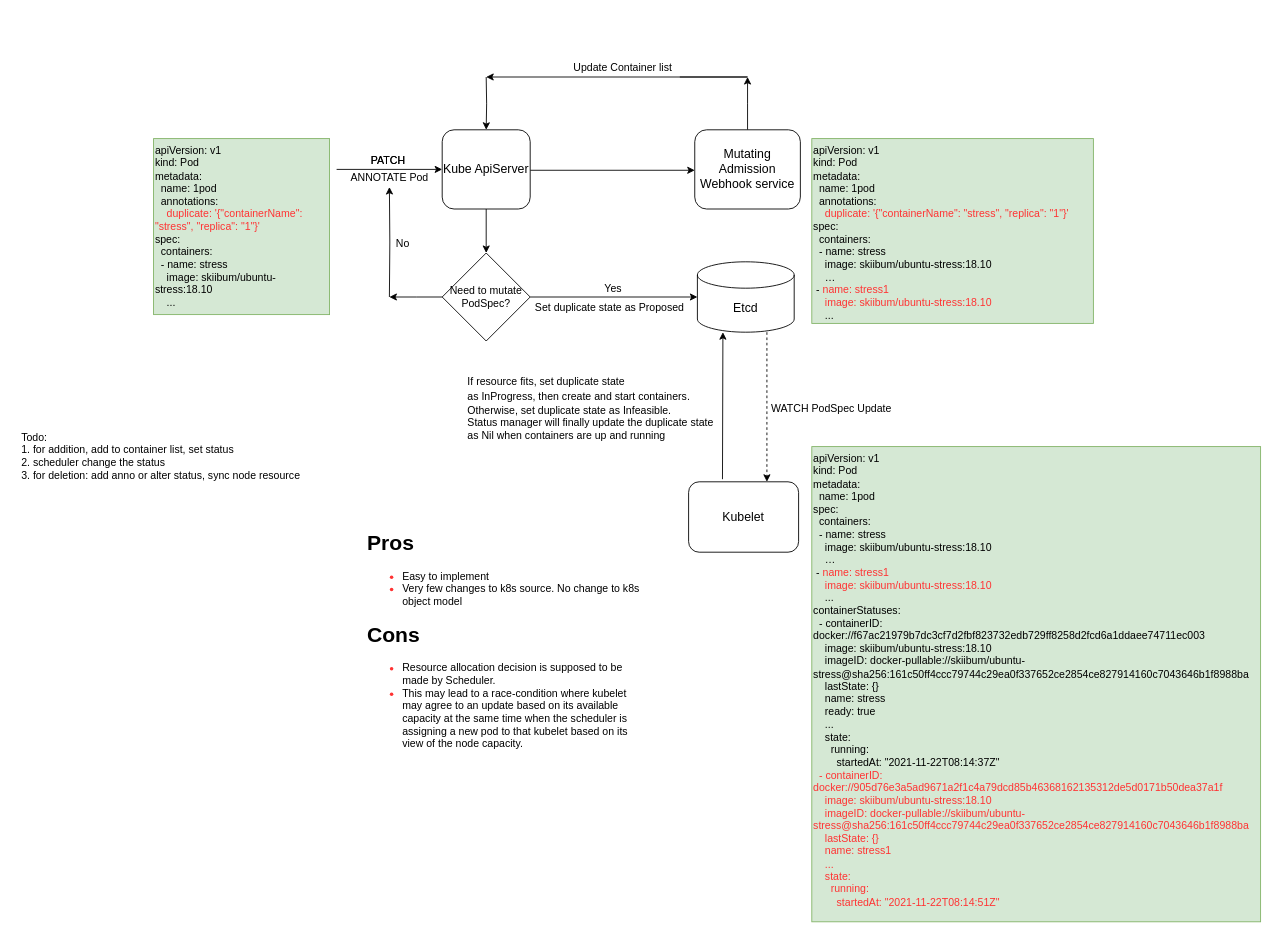
The draw.io diagram page "webhook" (1 of 4) of Untitled Diagram.drawio in ichbinblau/OTC_Work_Log, before the edit. Source tidied: cells renumbered, new cells numbered last; positions are measured from the earlier drawing's top-left corner, leaving out a move shared by most shapes. Both pictures are drawn from the tidied source at 88%, with x=0, y=0 at pixel (15, 59).
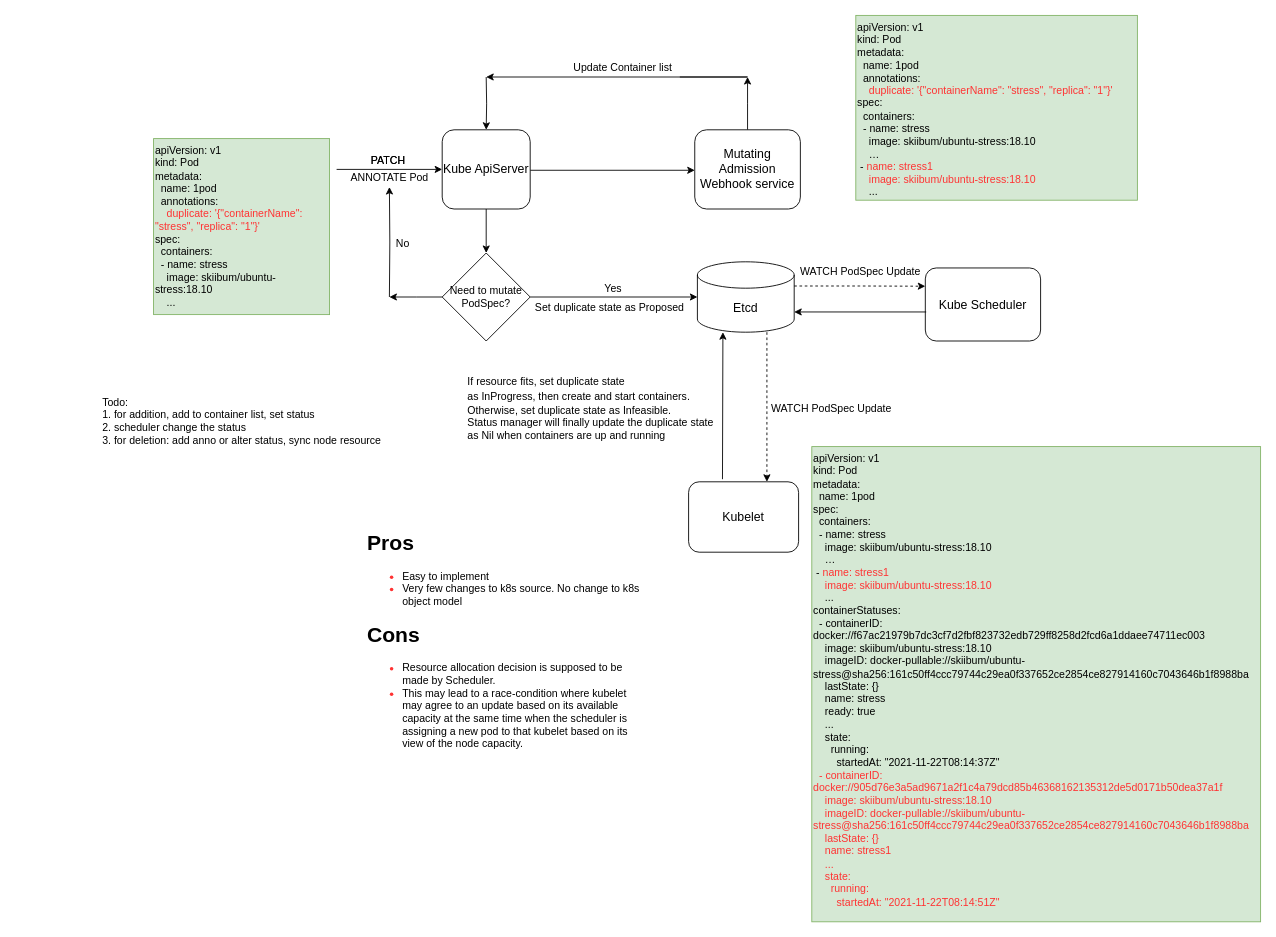
The same diagram, later.

The change refers to these unchanged cells:
```xml
<mxCell id="15" value="Etcd" style="shape=cylinder3;whiteSpace=wrap;html=1;boundedLbl=1;backgroundOutline=1;size=15;fontFamily=Helvetica;fontSize=14;" parent="1" vertex="1">
  <mxGeometry x="775" y="230" width="110" height="80" as="geometry" />
</mxCell>
```

Change to the diagram source:
```diff
@@
     <mxCell id="28" value="apiVersion: v1&lt;br&gt;kind: Pod&lt;br&gt;metadata:&lt;br&gt;&amp;nbsp; name: 1pod&lt;br&gt;&amp;nbsp; annotations:&lt;br&gt;&lt;font color=&quot;#ff3333&quot;&gt;&amp;nbsp; &amp;nbsp; duplicate: '{&quot;containerName&quot;: &quot;stress&quot;, &quot;replica&quot;: &quot;1&quot;}'&lt;br&gt;&lt;/font&gt;spec:&lt;br&gt;&amp;nbsp; containers:&lt;br&gt;&amp;nbsp; - name: stress&lt;br&gt;&amp;nbsp; &amp;nbsp; image: skiibum/ubuntu-stress:18.10&lt;br&gt;&amp;nbsp; &amp;nbsp; …&lt;br&gt;&amp;nbsp;- &lt;font color=&quot;#ff3333&quot;&gt;name: stress1&lt;br&gt;&amp;nbsp; &amp;nbsp; image: skiibum/ubuntu-stress:18.10&lt;/font&gt;&lt;br&gt;&amp;nbsp; &amp;nbsp; ..." style="text;whiteSpace=wrap;html=1;fontSize=12;fontFamily=Helvetica;fillColor=#d5e8d4;strokeColor=#82b366;" parent="1" vertex="1">
-      <mxGeometry x="905" y="90" width="320" height="210" as="geometry" />
+      <mxGeometry x="955" y="-50" width="320" height="210" as="geometry" />
     </mxCell>
@@
     <mxCell id="31" value="&lt;div style=&quot;text-align: left&quot;&gt;&lt;span&gt;Todo:&amp;nbsp;&lt;/span&gt;&lt;/div&gt;&lt;div style=&quot;text-align: left&quot;&gt;&lt;span&gt;1. for addition, add to container list, set status&lt;/span&gt;&lt;/div&gt;&lt;div style=&quot;text-align: left&quot;&gt;&lt;span&gt;2. scheduler change the status&lt;/span&gt;&lt;/div&gt;&lt;div style=&quot;text-align: left&quot;&gt;&lt;span&gt;3. for deletion: add anno or alter status, sync node resource&lt;/span&gt;&lt;/div&gt;" style="text;html=1;align=center;verticalAlign=middle;fillColor=none;strokeColor=none;rounded=0;fontFamily=Helvetica;fontSize=12;fontColor=#000000;" parent="1" vertex="1">
-      <mxGeometry y="421" width="330" height="60" as="geometry" />
+      <mxGeometry x="92" y="381" width="330" height="60" as="geometry" />
     </mxCell>
+    <mxCell id="32" value="&lt;font style=&quot;font-size: 14px&quot;&gt;Kube Scheduler&lt;/font&gt;" style="rounded=1;whiteSpace=wrap;html=1;fontFamily=Helvetica;fontSize=12;" parent="1" vertex="1">
+      <mxGeometry x="1034" y="237" width="131" height="83" as="geometry" />
+    </mxCell>
+    <mxCell id="33" style="edgeStyle=orthogonalEdgeStyle;rounded=0;jettySize=auto;html=1;fontFamily=Helvetica;fontSize=14;dashed=1;exitX=1;exitY=0;exitDx=0;exitDy=27.5;exitPerimeter=0;entryX=0;entryY=0.25;entryDx=0;entryDy=0;" parent="1" edge="1" source="15" target="32">
+      <mxGeometry relative="1" as="geometry" />
+    </mxCell>
+    <mxCell id="34" style="endArrow=classic;html=1;rounded=0;fontFamily=Helvetica;fontSize=12;entryX=1;entryY=1;entryDx=0;entryDy=-15;entryPerimeter=0;" parent="1" edge="1">
+      <mxGeometry relative="1" as="geometry">
+        <mxPoint x="1035" y="287" as="sourcePoint" />
+        <mxPoint x="885" y="287" as="targetPoint" />
+      </mxGeometry>
+    </mxCell>
+    <mxCell id="35" value="&lt;font style=&quot;font-size: 12px&quot;&gt;WATCH PodSpec Update&lt;/font&gt;" style="text;html=1;align=center;verticalAlign=middle;fillColor=none;strokeColor=none;rounded=0;fontFamily=Helvetica;fontSize=14;" parent="1" vertex="1">
+      <mxGeometry x="885" y="230" width="150" height="20" as="geometry" />
+    </mxCell>
```
